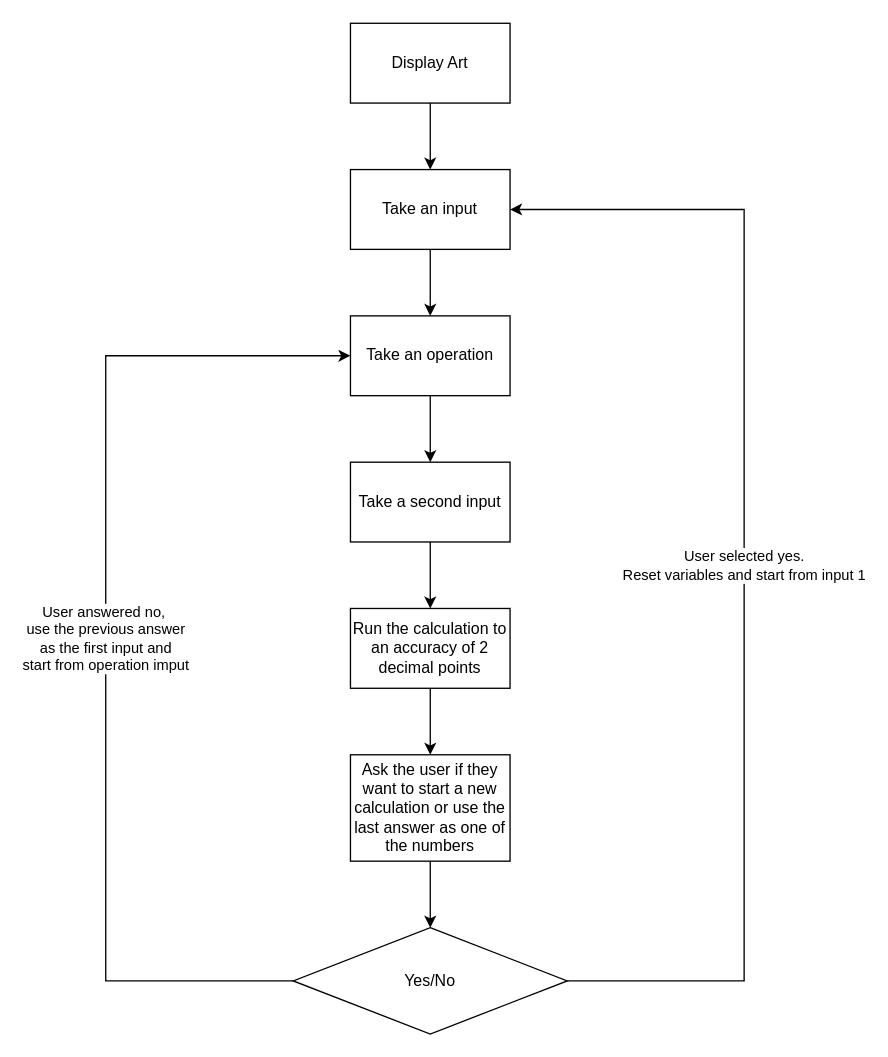
This is Day 10/calculator_idea.drawio from GreyStinger/100_days_of_python, a draw.io file, before an edit. Source tidied: cells renumbered, new cells numbered last; positions are measured from the earlier drawing's top-left corner, leaving out a move shared by most shapes. Both pictures are drawn from the tidied source at 133%, with x=0, y=0 at pixel (105, 23).
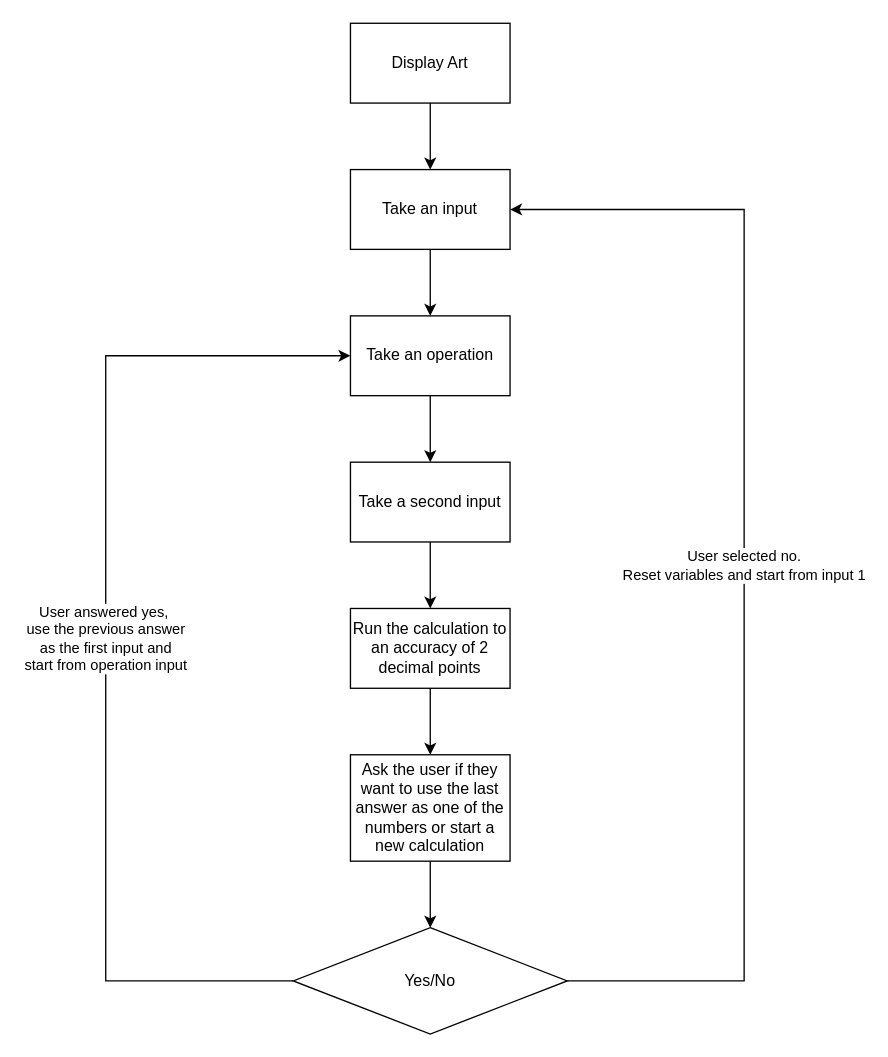
After the change.

The change refers to these unchanged cells:
```xml
<mxCell id="5" value="Take an input" style="rounded=0;whiteSpace=wrap;html=1;" parent="1" vertex="1">
  <mxGeometry x="184" y="110" width="120" height="60" as="geometry" />
</mxCell>
<mxCell id="7" value="Take an operation" style="rounded=0;whiteSpace=wrap;html=1;" parent="1" vertex="1">
  <mxGeometry x="184" y="220" width="120" height="60" as="geometry" />
</mxCell>
<mxCell id="14" value="Yes/No" style="rhombus;whiteSpace=wrap;html=1;" parent="1" vertex="1">
  <mxGeometry x="141" y="680" width="206" height="80" as="geometry" />
</mxCell>
```

What changed in the source:
```diff
@@
-    <mxCell id="12" value="User answered no,&amp;nbsp;&lt;br&gt;use the previous answer&lt;br&gt;as the first input and&lt;br&gt;start from operation imput" style="edgeStyle=orthogonalEdgeStyle;rounded=0;jettySize=auto;html=1;exitX=0;exitY=0.5;exitDx=0;exitDy=0;entryX=0;entryY=0.5;entryDx=0;entryDy=0;" parent="1" edge="1" source="14" target="7">
+    <mxCell id="12" value="User answered yes,&amp;nbsp;&lt;br&gt;use the previous answer&lt;br&gt;as the first input and&lt;br&gt;start from operation input" style="edgeStyle=orthogonalEdgeStyle;rounded=0;jettySize=auto;html=1;exitX=0;exitY=0.5;exitDx=0;exitDy=0;entryX=0;entryY=0.5;entryDx=0;entryDy=0;" parent="1" edge="1" source="14" target="7">
       <mxGeometry relative="1" as="geometry">
         <Array as="points">
           <mxPoint y="720" />
           <mxPoint y="250" />
         </Array>
       </mxGeometry>
     </mxCell>
-    <mxCell id="13" value="User selected yes.&lt;br&gt;Reset variables and start from input 1" style="edgeStyle=orthogonalEdgeStyle;rounded=0;jettySize=auto;html=1;exitX=1;exitY=0.5;exitDx=0;exitDy=0;entryX=1;entryY=0.5;entryDx=0;entryDy=0;" parent="1" edge="1" source="14" target="5">
+    <mxCell id="13" value="User selected no.&lt;br&gt;Reset variables and start from input 1" style="edgeStyle=orthogonalEdgeStyle;rounded=0;jettySize=auto;html=1;exitX=1;exitY=0.5;exitDx=0;exitDy=0;entryX=1;entryY=0.5;entryDx=0;entryDy=0;" parent="1" edge="1" source="14" target="5">
       <mxGeometry relative="1" as="geometry">
         <Array as="points">
           <mxPoint x="480" y="720" />
           <mxPoint x="480" y="140" />
         </Array>
       </mxGeometry>
     </mxCell>
@@
-    <mxCell id="16" value="Ask the user if they want to start a new calculation or use the last answer as one of the numbers" style="rounded=0;whiteSpace=wrap;html=1;" parent="1" vertex="1">
+    <mxCell id="16" value="Ask the user if they want to use the last answer as one of the numbers or&amp;nbsp;start a new calculation" style="rounded=0;whiteSpace=wrap;html=1;" parent="1" vertex="1">
       <mxGeometry x="184" y="550" width="120" height="80" as="geometry" />
     </mxCell>
```
